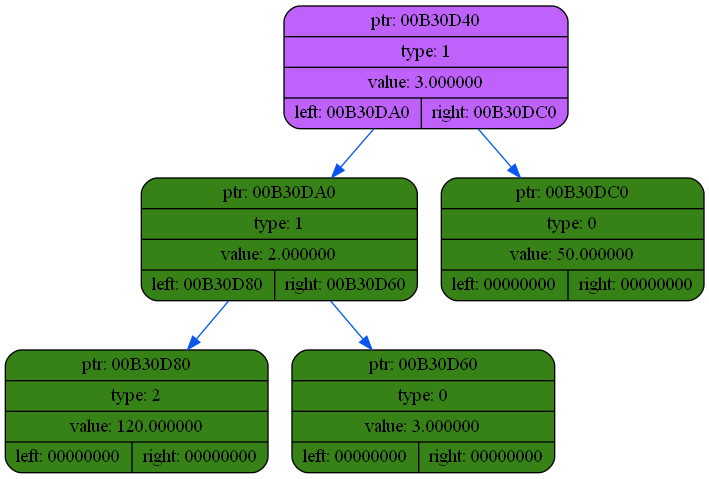
coffee8cat/differentiator keeps this Graphviz diagram as dump/dump1.png. Above is the earlier version. Its source is kept beside it as dump/dump1.dot.
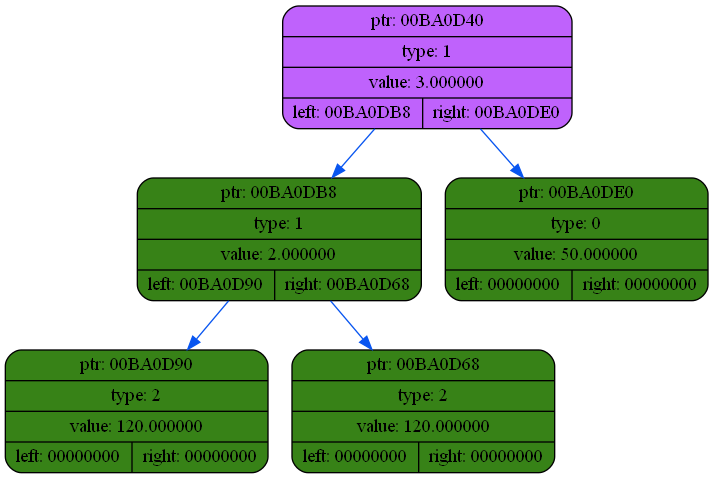
After the change.

Diff of the diagram source:
```diff
@@ -2,13 +2,13 @@
 {
     rankdir=TP
 
-        node00B30D40[shape=record,style="rounded,filled",fillcolor="#BF62FC",label="{ ptr: 00B30D40 | type: 1 | value: 3.000000| { left: 00B30DA0 | right: 00B30DC0 }}"];
-    node00B30D40 -> node00B30DA0[color="#0855F0"]
-    node00B30DA0[shape=record,style="rounded,filled",fillcolor="#378217",label="{ ptr: 00B30DA0 | type: 1 | value: 2.000000| { left: 00B30D80 | right: 00B30D60 }}"];
-    node00B30DA0 -> node00B30D80[color="#0855F0"]
-    node00B30D80[shape=record,style="rounded,filled",fillcolor="#378217",label="{ ptr: 00B30D80 | type: 2 | value: 120.000000| { left: 00000000 | right: 00000000 }}"];
-    node00B30DA0 -> node00B30D60[color="#0855F0"]
-    node00B30D60[shape=record,style="rounded,filled",fillcolor="#378217",label="{ ptr: 00B30D60 | type: 0 | value: 3.000000| { left: 00000000 | right: 00000000 }}"];
-    node00B30D40 -> node00B30DC0[color="#0855F0"]
-    node00B30DC0[shape=record,style="rounded,filled",fillcolor="#378217",label="{ ptr: 00B30DC0 | type: 0 | value: 50.000000| { left: 00000000 | right: 00000000 }}"];
+        node00BA0D40[shape=record,style="rounded,filled",fillcolor="#BF62FC",label="{ ptr: 00BA0D40 | type: 1 | value: 3.000000| { left: 00BA0DB8 | right: 00BA0DE0 }}"];
+    node00BA0D40 -> node00BA0DB8[color="#0855F0"]
+    node00BA0DB8[shape=record,style="rounded,filled",fillcolor="#378217",label="{ ptr: 00BA0DB8 | type: 1 | value: 2.000000| { left: 00BA0D90 | right: 00BA0D68 }}"];
+    node00BA0DB8 -> node00BA0D90[color="#0855F0"]
+    node00BA0D90[shape=record,style="rounded,filled",fillcolor="#378217",label="{ ptr: 00BA0D90 | type: 2 | value: 120.000000| { left: 00000000 | right: 00000000 }}"];
+    node00BA0DB8 -> node00BA0D68[color="#0855F0"]
+    node00BA0D68[shape=record,style="rounded,filled",fillcolor="#378217",label="{ ptr: 00BA0D68 | type: 2 | value: 120.000000| { left: 00000000 | right: 00000000 }}"];
+    node00BA0D40 -> node00BA0DE0[color="#0855F0"]
+    node00BA0DE0[shape=record,style="rounded,filled",fillcolor="#378217",label="{ ptr: 00BA0DE0 | type: 0 | value: 50.000000| { left: 00000000 | right: 00000000 }}"];
 }
```
